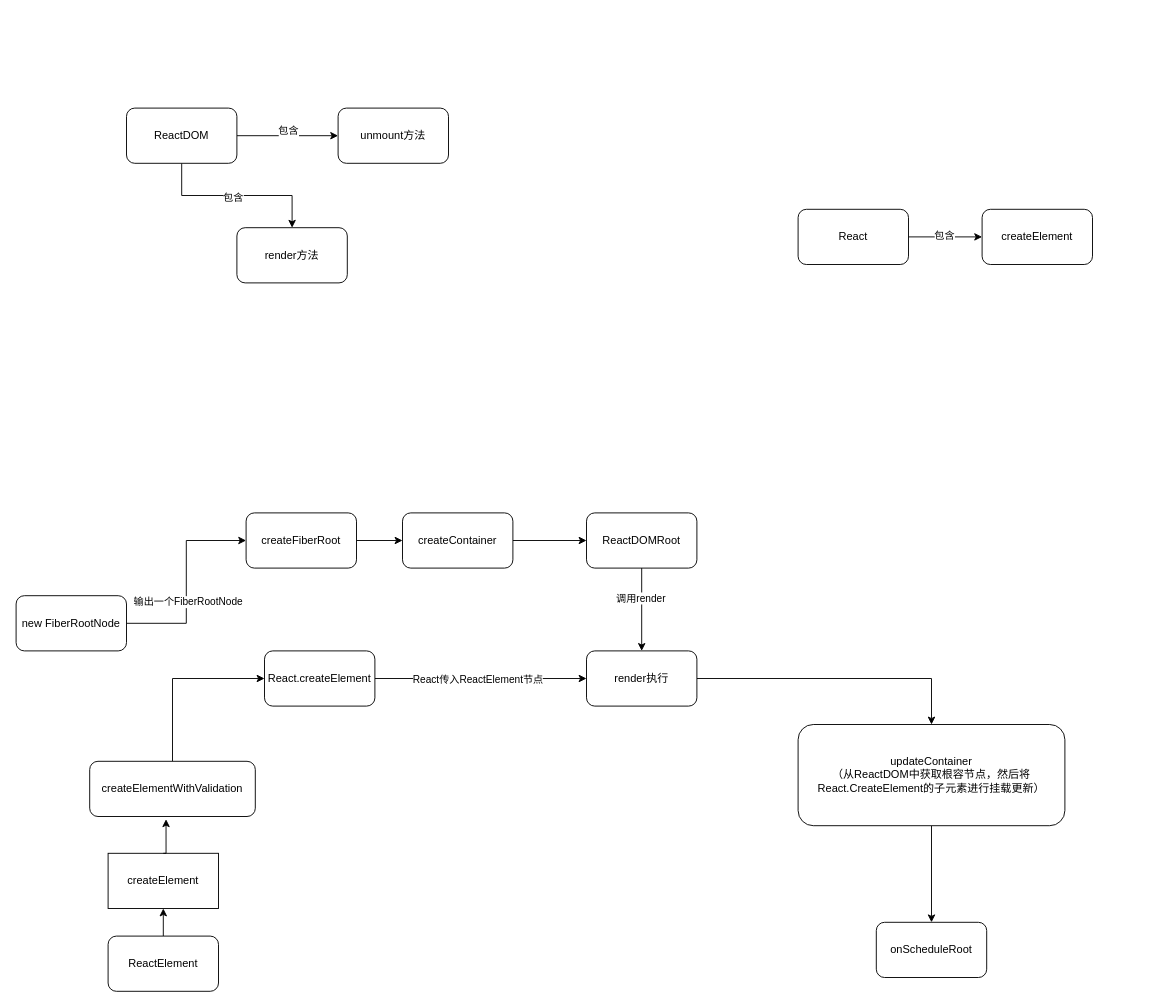
Above: React/proj/未命名绘图.drawio in linround/gitBook (draw.io), before the change. Source tidied: cells renumbered, new cells numbered last; positions are measured from the earlier drawing's top-left corner, leaving out a move shared by most shapes. Both pictures are drawn from the tidied source at 92%, with x=0, y=0 at pixel (16, 108).
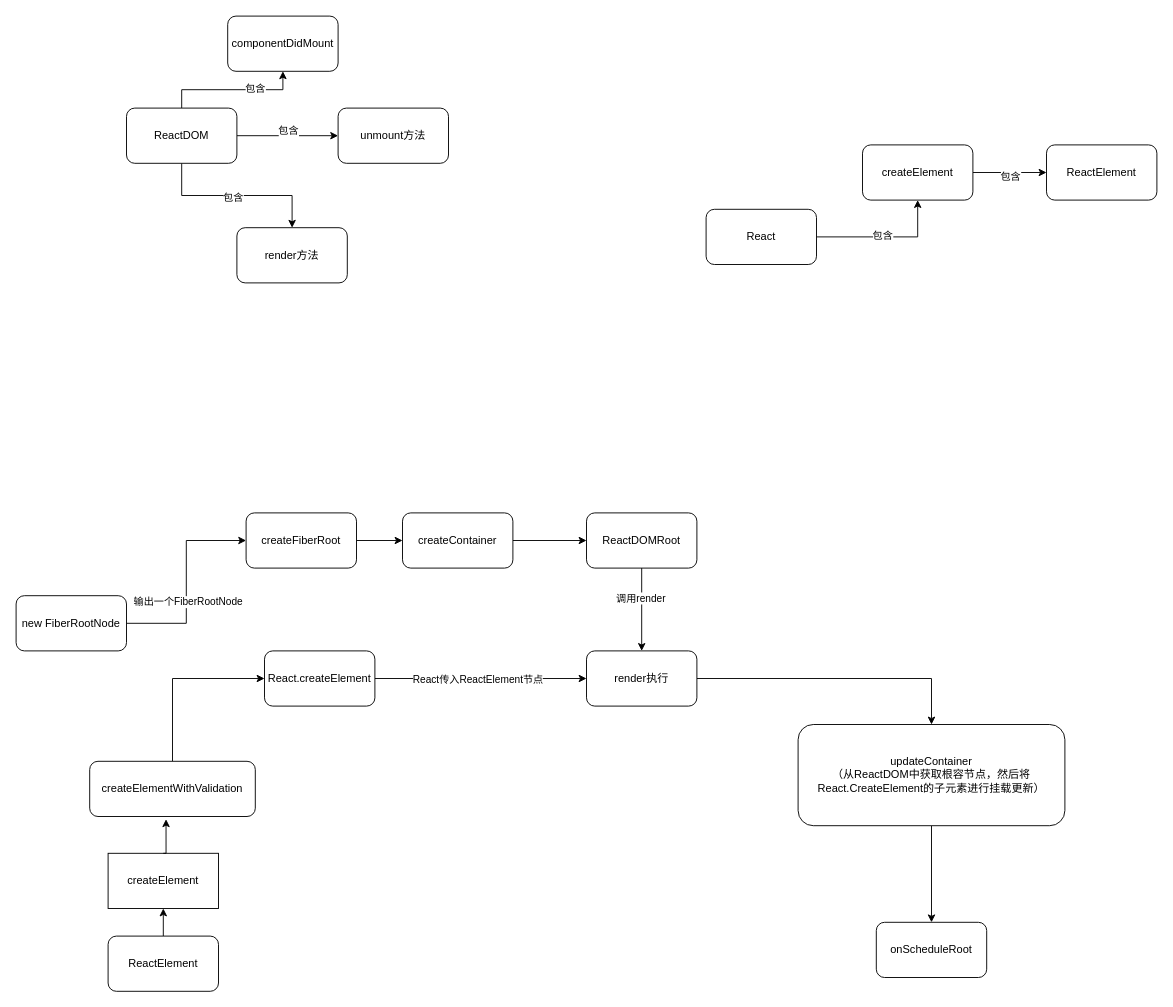
The same page after the edit.

Commit message:
更新未命名绘图.drawio

The change refers to these unchanged cells:
```xml
<mxCell id="29" value="ReactDOM" style="rounded=1;whiteSpace=wrap;html=1;" parent="1" vertex="1">
  <mxGeometry x="120" width="120" height="60" as="geometry" />
</mxCell>
```

What changed in the source:
```diff
@@
+    <mxCell id="37" style="edgeStyle=orthogonalEdgeStyle;rounded=0;jettySize=auto;html=1;" parent="1" edge="1" source="29" target="41">
+      <mxGeometry relative="1" as="geometry" />
+    </mxCell>
+    <mxCell id="38" value="包含" style="edgeLabel;html=1;align=center;verticalAlign=middle;" parent="37" vertex="1">
+      <mxGeometry x="0.32" y="2" relative="1" as="geometry" />
+    </mxCell>
@@
     <mxCell id="34" value="React" style="rounded=1;whiteSpace=wrap;html=1;" parent="1" vertex="1">
-      <mxGeometry x="850" y="110" width="120" height="60" as="geometry" />
+      <mxGeometry x="750" y="110" width="120" height="60" as="geometry" />
     </mxCell>
+    <mxCell id="39" style="edgeStyle=orthogonalEdgeStyle;rounded=0;jettySize=auto;html=1;" parent="1" edge="1" source="35" target="42">
+      <mxGeometry relative="1" as="geometry" />
+    </mxCell>
+    <mxCell id="40" value="包含" style="edgeLabel;html=1;align=center;verticalAlign=middle;" parent="39" vertex="1">
+      <mxGeometry x="0.01" y="-4" relative="1" as="geometry" />
+    </mxCell>
     <mxCell id="35" value="createElement" style="whiteSpace=wrap;html=1;rounded=1;" parent="1" vertex="1">
-      <mxGeometry x="1050" y="110" width="120" height="60" as="geometry" />
+      <mxGeometry x="920" y="40" width="120" height="60" as="geometry" />
     </mxCell>
@@
+    <mxCell id="41" value="componentDidMount" style="whiteSpace=wrap;html=1;rounded=1;" parent="1" vertex="1">
+      <mxGeometry x="230" y="-100" width="120" height="60" as="geometry" />
+    </mxCell>
+    <mxCell id="42" value="ReactElement" style="whiteSpace=wrap;html=1;rounded=1;" parent="1" vertex="1">
+      <mxGeometry x="1120" y="40" width="120" height="60" as="geometry" />
+    </mxCell>
```
